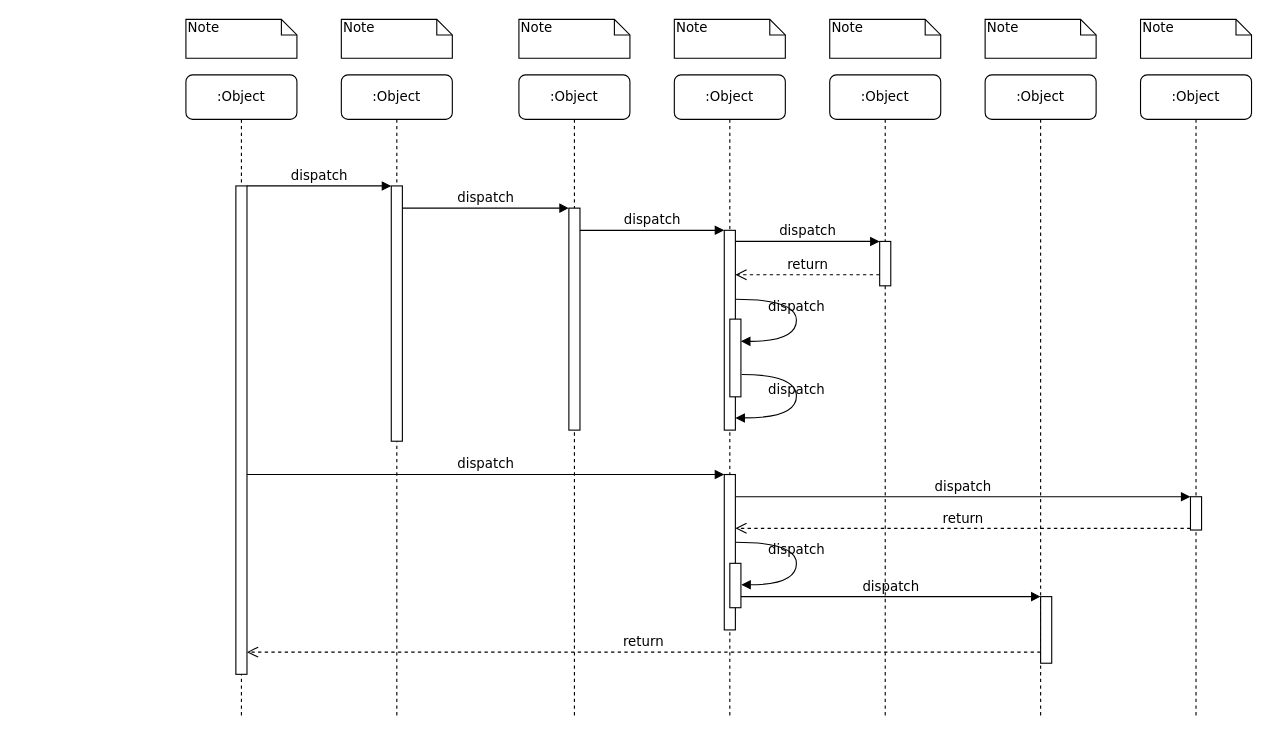
The draw.io diagram Untitled Diagram.drawio in king-Fong/draws, before the edit. Source tidied: cells renumbered, new cells numbered last; positions are measured from the earlier drawing's top-left corner, leaving out a move shared by most shapes. Both pictures are drawn from the tidied source at 111%, with x=0, y=0 at pixel (185, 19).
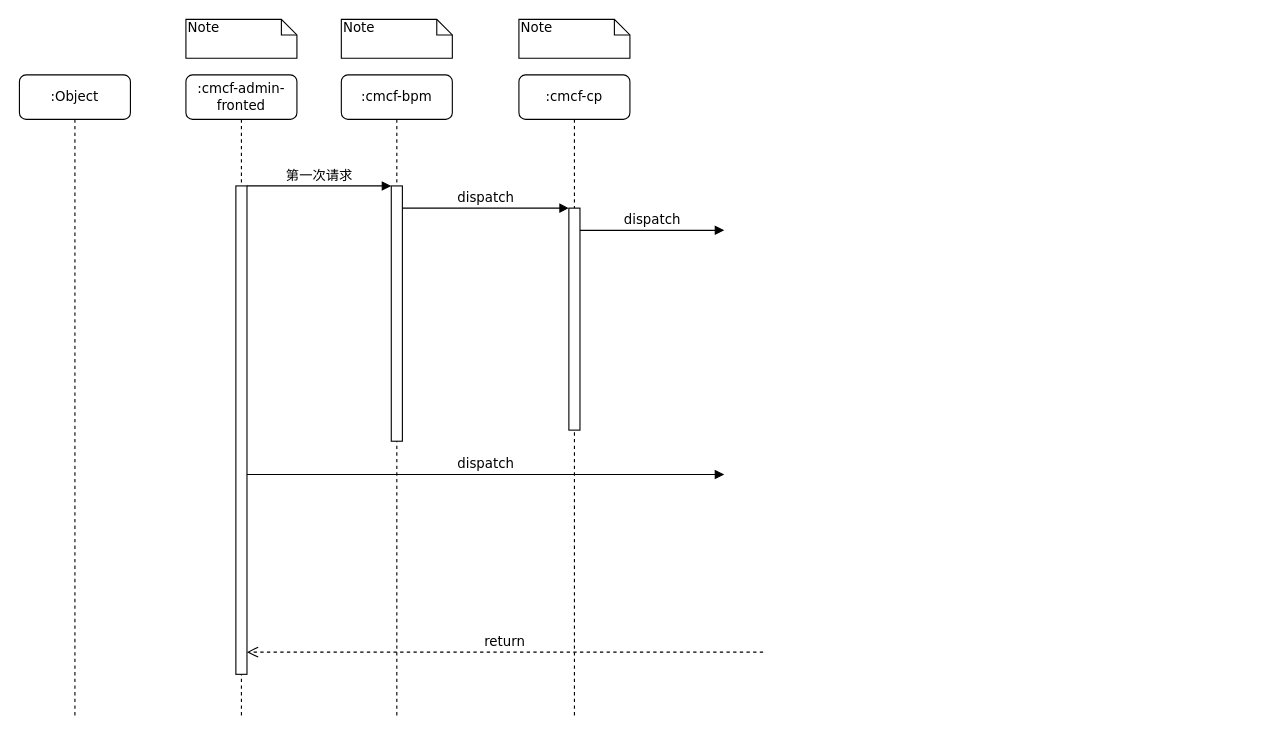
The same diagram, later.

Unchanged cells that the change refers to:
```xml
<mxCell id="3" style="html=1;points=[];perimeter=orthogonalPerimeter;rounded=0;shadow=0;comic=0;labelBackgroundColor=none;strokeWidth=1;fontFamily=Verdana;fontSize=12;align=center;" parent="2" vertex="1">
  <mxGeometry x="45" y="100" width="10" height="230" as="geometry" />
</mxCell>
<mxCell id="5" style="html=1;points=[];perimeter=orthogonalPerimeter;rounded=0;shadow=0;comic=0;labelBackgroundColor=none;strokeWidth=1;fontFamily=Verdana;fontSize=12;align=center;" parent="4" vertex="1">
  <mxGeometry x="45" y="120" width="10" height="200" as="geometry" />
</mxCell>
<mxCell id="11" style="html=1;points=[];perimeter=orthogonalPerimeter;rounded=0;shadow=0;comic=0;labelBackgroundColor=none;strokeWidth=1;fontFamily=Verdana;fontSize=12;align=center;" parent="10" vertex="1">
  <mxGeometry x="45" y="100" width="10" height="440" as="geometry" />
</mxCell>
```

What changed in the source:
```diff
@@
-    <mxCell id="2" value=":Object" style="shape=umlLifeline;perimeter=lifelinePerimeter;whiteSpace=wrap;html=1;rounded=1;shadow=0;comic=0;labelBackgroundColor=none;strokeWidth=1;fontFamily=Verdana;fontSize=12;align=center;" parent="1" vertex="1">
+    <mxCell id="2" value=":cmcf-bpm" style="shape=umlLifeline;perimeter=lifelinePerimeter;whiteSpace=wrap;html=1;rounded=1;shadow=0;comic=0;labelBackgroundColor=none;strokeWidth=1;fontFamily=Verdana;fontSize=12;align=center;" parent="1" vertex="1">
       <mxGeometry x="140" y="50" width="100" height="580" as="geometry" />
     </mxCell>
@@
-    <mxCell id="4" value=":Object" style="shape=umlLifeline;perimeter=lifelinePerimeter;whiteSpace=wrap;html=1;rounded=1;shadow=0;comic=0;labelBackgroundColor=none;strokeWidth=1;fontFamily=Verdana;fontSize=12;align=center;" parent="1" vertex="1">
+    <mxCell id="4" value=":cmcf-cp" style="shape=umlLifeline;perimeter=lifelinePerimeter;whiteSpace=wrap;html=1;rounded=1;shadow=0;comic=0;labelBackgroundColor=none;strokeWidth=1;fontFamily=Verdana;fontSize=12;align=center;" parent="1" vertex="1">
       <mxGeometry x="300" y="50" width="100" height="580" as="geometry" />
     </mxCell>
@@
-    <mxCell id="6" value=":Object" style="shape=umlLifeline;perimeter=lifelinePerimeter;whiteSpace=wrap;html=1;rounded=1;shadow=0;comic=0;labelBackgroundColor=none;strokeWidth=1;fontFamily=Verdana;fontSize=12;align=center;" parent="1" vertex="1">
-      <mxGeometry x="440" y="50" width="100" height="580" as="geometry" />
-    </mxCell>
-    <mxCell id="7" value=":Object" style="shape=umlLifeline;perimeter=lifelinePerimeter;whiteSpace=wrap;html=1;rounded=1;shadow=0;comic=0;labelBackgroundColor=none;strokeWidth=1;fontFamily=Verdana;fontSize=12;align=center;" parent="1" vertex="1">
-      <mxGeometry x="580" y="50" width="100" height="580" as="geometry" />
-    </mxCell>
-    <mxCell id="8" value=":Object" style="shape=umlLifeline;perimeter=lifelinePerimeter;whiteSpace=wrap;html=1;rounded=1;shadow=0;comic=0;labelBackgroundColor=none;strokeWidth=1;fontFamily=Verdana;fontSize=12;align=center;" parent="1" vertex="1">
-      <mxGeometry x="720" y="50" width="100" height="580" as="geometry" />
-    </mxCell>
-    <mxCell id="9" value=":Object" style="shape=umlLifeline;perimeter=lifelinePerimeter;whiteSpace=wrap;html=1;rounded=1;shadow=0;comic=0;labelBackgroundColor=none;strokeWidth=1;fontFamily=Verdana;fontSize=12;align=center;" parent="1" vertex="1">
-      <mxGeometry x="860" y="50" width="100" height="580" as="geometry" />
-    </mxCell>
-    <mxCell id="10" value=":Object" style="shape=umlLifeline;perimeter=lifelinePerimeter;whiteSpace=wrap;html=1;rounded=1;shadow=0;comic=0;labelBackgroundColor=none;strokeWidth=1;fontFamily=Verdana;fontSize=12;align=center;" parent="1" vertex="1">
+    <mxCell id="10" value=":cmcf-admin-fronted" style="shape=umlLifeline;perimeter=lifelinePerimeter;whiteSpace=wrap;html=1;rounded=1;shadow=0;comic=0;labelBackgroundColor=none;strokeWidth=1;fontFamily=Verdana;fontSize=12;align=center;" parent="1" vertex="1">
       <mxGeometry y="50" width="100" height="580" as="geometry" />
     </mxCell>
@@
-    <mxCell id="12" style="html=1;points=[];perimeter=orthogonalPerimeter;rounded=0;shadow=0;comic=0;labelBackgroundColor=none;strokeWidth=1;fontFamily=Verdana;fontSize=12;align=center;" parent="1" vertex="1">
-      <mxGeometry x="485" y="190" width="10" height="180" as="geometry" />
-    </mxCell>
-    <mxCell id="13" value="dispatch" style="html=1;verticalAlign=bottom;endArrow=block;labelBackgroundColor=none;fontFamily=Verdana;fontSize=12;edgeStyle=elbowEdgeStyle;elbow=vertical;" parent="1" edge="1" source="5" target="12">
+    <mxCell id="13" value="dispatch" style="html=1;verticalAlign=bottom;endArrow=block;labelBackgroundColor=none;fontFamily=Verdana;fontSize=12;edgeStyle=elbowEdgeStyle;elbow=vertical;" parent="1" edge="1" source="5">
       <mxGeometry relative="1" as="geometry">
+        <mxPoint x="485" y="190" as="targetPoint" />
         <Array as="points">
           <mxPoint x="360" y="190" />
         </Array>
       </mxGeometry>
     </mxCell>
-    <mxCell id="14" style="html=1;points=[];perimeter=orthogonalPerimeter;rounded=0;shadow=0;comic=0;labelBackgroundColor=none;strokeWidth=1;fontFamily=Verdana;fontSize=12;align=center;" parent="1" vertex="1">
-      <mxGeometry x="625" y="200" width="10" height="40" as="geometry" />
-    </mxCell>
-    <mxCell id="15" value="dispatch" style="html=1;verticalAlign=bottom;endArrow=block;entryX=0;entryY=0;labelBackgroundColor=none;fontFamily=Verdana;fontSize=12;edgeStyle=elbowEdgeStyle;elbow=vertical;" parent="1" edge="1" source="12" target="14">
-      <mxGeometry relative="1" as="geometry" />
-    </mxCell>
-    <mxCell id="16" value="return" style="html=1;verticalAlign=bottom;endArrow=open;dashed=1;endSize=8;labelBackgroundColor=none;fontFamily=Verdana;fontSize=12;edgeStyle=elbowEdgeStyle;elbow=vertical;" parent="1" edge="1" source="14" target="12">
-      <mxGeometry relative="1" as="geometry">
-        <Array as="points">
-          <mxPoint x="570" y="230" />
-          <mxPoint x="600" y="230" />
-        </Array>
-      </mxGeometry>
-    </mxCell>
-    <mxCell id="17" style="html=1;points=[];perimeter=orthogonalPerimeter;rounded=0;shadow=0;comic=0;labelBackgroundColor=none;strokeWidth=1;fontFamily=Verdana;fontSize=12;align=center;" parent="1" vertex="1">
-      <mxGeometry x="485" y="410" width="10" height="140" as="geometry" />
-    </mxCell>
-    <mxCell id="18" value="dispatch" style="html=1;verticalAlign=bottom;endArrow=block;entryX=0;entryY=0;labelBackgroundColor=none;fontFamily=Verdana;fontSize=12;" parent="1" edge="1" source="11" target="17">
-      <mxGeometry relative="1" as="geometry" />
+    <mxCell id="18" value="dispatch" style="html=1;verticalAlign=bottom;endArrow=block;entryX=0;entryY=0;labelBackgroundColor=none;fontFamily=Verdana;fontSize=12;" parent="1" edge="1" source="11">
+      <mxGeometry relative="1" as="geometry">
+        <mxPoint x="485" y="410" as="targetPoint" />
+      </mxGeometry>
     </mxCell>
-    <mxCell id="19" style="html=1;points=[];perimeter=orthogonalPerimeter;rounded=0;shadow=0;comic=0;labelBackgroundColor=none;strokeColor=#000000;strokeWidth=1;fillColor=#FFFFFF;fontFamily=Verdana;fontSize=12;fontColor=#000000;align=center;" parent="1" vertex="1">
-      <mxGeometry x="905" y="430" width="10" height="30" as="geometry" />
-    </mxCell>
-    <mxCell id="20" value="dispatch" style="html=1;verticalAlign=bottom;endArrow=block;entryX=0;entryY=0;labelBackgroundColor=none;fontFamily=Verdana;fontSize=12;" parent="1" edge="1" source="17" target="19">
-      <mxGeometry relative="1" as="geometry" />
-    </mxCell>
-    <mxCell id="21" value="return" style="html=1;verticalAlign=bottom;endArrow=open;dashed=1;endSize=8;exitX=0;exitY=0.95;labelBackgroundColor=none;fontFamily=Verdana;fontSize=12;" parent="1" edge="1" source="19" target="17">
-      <mxGeometry relative="1" as="geometry" />
-    </mxCell>
-    <mxCell id="22" style="html=1;points=[];perimeter=orthogonalPerimeter;rounded=0;shadow=0;comic=0;labelBackgroundColor=none;strokeWidth=1;fontFamily=Verdana;fontSize=12;align=center;" parent="1" vertex="1">
-      <mxGeometry x="770" y="520" width="10" height="60" as="geometry" />
-    </mxCell>
-    <mxCell id="23" value="dispatch" style="html=1;verticalAlign=bottom;endArrow=block;entryX=0;entryY=0;labelBackgroundColor=none;fontFamily=Verdana;fontSize=12;edgeStyle=elbowEdgeStyle;elbow=vertical;" parent="1" edge="1" source="30" target="22">
-      <mxGeometry relative="1" as="geometry" />
-    </mxCell>
-    <mxCell id="24" value="return" style="html=1;verticalAlign=bottom;endArrow=open;dashed=1;endSize=8;labelBackgroundColor=none;fontFamily=Verdana;fontSize=12;edgeStyle=elbowEdgeStyle;elbow=vertical;" parent="1" edge="1" source="22" target="11">
+    <mxCell id="24" value="return" style="html=1;verticalAlign=bottom;endArrow=open;dashed=1;endSize=8;labelBackgroundColor=none;fontFamily=Verdana;fontSize=12;edgeStyle=elbowEdgeStyle;elbow=vertical;" parent="1" edge="1" target="11">
       <mxGeometry relative="1" as="geometry">
+        <mxPoint x="520" y="570" as="sourcePoint" />
         <Array as="points">
-          <mxPoint x="470" y="570" />
+          <mxPoint x="220" y="570" />
         </Array>
       </mxGeometry>
     </mxCell>
-    <mxCell id="25" value="dispatch" style="html=1;verticalAlign=bottom;endArrow=block;entryX=0;entryY=0;labelBackgroundColor=none;fontFamily=Verdana;fontSize=12;edgeStyle=elbowEdgeStyle;elbow=vertical;" parent="1" edge="1" source="11" target="3">
+    <mxCell id="25" value="第一次请求" style="html=1;verticalAlign=bottom;endArrow=block;entryX=0;entryY=0;labelBackgroundColor=none;fontFamily=Verdana;fontSize=12;edgeStyle=elbowEdgeStyle;elbow=vertical;" parent="1" edge="1" source="11" target="3">
       <mxGeometry relative="1" as="geometry" />
     </mxCell>
@@
-    <mxCell id="27" style="html=1;points=[];perimeter=orthogonalPerimeter;rounded=0;shadow=0;comic=0;labelBackgroundColor=none;strokeWidth=1;fontFamily=Verdana;fontSize=12;align=center;" parent="1" vertex="1">
-      <mxGeometry x="490" y="270" width="10" height="70" as="geometry" />
-    </mxCell>
-    <mxCell id="28" value="dispatch" style="html=1;verticalAlign=bottom;endArrow=block;labelBackgroundColor=none;fontFamily=Verdana;fontSize=12;elbow=vertical;edgeStyle=orthogonalEdgeStyle;curved=1;entryX=1;entryY=0.286;entryPerimeter=0;exitX=1.038;exitY=0.345;exitPerimeter=0;" parent="1" edge="1" source="12" target="27">
-      <mxGeometry relative="1" as="geometry">
-        <Array as="points">
-          <mxPoint x="550" y="252" />
-          <mxPoint x="550" y="290" />
-        </Array>
-      </mxGeometry>
-    </mxCell>
-    <mxCell id="29" value="dispatch" style="html=1;verticalAlign=bottom;endArrow=block;labelBackgroundColor=none;fontFamily=Verdana;fontSize=12;elbow=vertical;edgeStyle=orthogonalEdgeStyle;curved=1;exitX=1.066;exitY=0.713;exitPerimeter=0;" parent="1" edge="1" source="27">
-      <mxGeometry relative="1" as="geometry">
-        <mxPoint x="495" y="359" as="targetPoint" />
-        <Array as="points">
-          <mxPoint x="550" y="320" />
-          <mxPoint x="550" y="359" />
-        </Array>
-      </mxGeometry>
-    </mxCell>
-    <mxCell id="30" style="html=1;points=[];perimeter=orthogonalPerimeter;rounded=0;shadow=0;comic=0;labelBackgroundColor=none;strokeWidth=1;fontFamily=Verdana;fontSize=12;align=center;" parent="1" vertex="1">
-      <mxGeometry x="490" y="490" width="10" height="40" as="geometry" />
-    </mxCell>
-    <mxCell id="31" value="dispatch" style="html=1;verticalAlign=bottom;endArrow=block;labelBackgroundColor=none;fontFamily=Verdana;fontSize=12;elbow=vertical;edgeStyle=orthogonalEdgeStyle;curved=1;entryX=1;entryY=0.286;entryPerimeter=0;exitX=1.038;exitY=0.345;exitPerimeter=0;" parent="1" edge="1">
-      <mxGeometry relative="1" as="geometry">
-        <mxPoint x="495.3" y="471" as="sourcePoint" />
-        <mxPoint x="500.3" y="509.3" as="targetPoint" />
-        <Array as="points">
-          <mxPoint x="550" y="471" />
-          <mxPoint x="550" y="509" />
-        </Array>
-      </mxGeometry>
-    </mxCell>
@@
-    <mxCell id="35" value="Note" style="shape=note;whiteSpace=wrap;html=1;size=14;verticalAlign=top;align=left;spacingTop=-6;rounded=0;shadow=0;comic=0;labelBackgroundColor=none;strokeWidth=1;fontFamily=Verdana;fontSize=12;" parent="1" vertex="1">
-      <mxGeometry x="440" width="100" height="35" as="geometry" />
-    </mxCell>
-    <mxCell id="36" value="Note" style="shape=note;whiteSpace=wrap;html=1;size=14;verticalAlign=top;align=left;spacingTop=-6;rounded=0;shadow=0;comic=0;labelBackgroundColor=none;strokeWidth=1;fontFamily=Verdana;fontSize=12;" parent="1" vertex="1">
-      <mxGeometry x="580" width="100" height="35" as="geometry" />
-    </mxCell>
-    <mxCell id="37" value="Note" style="shape=note;whiteSpace=wrap;html=1;size=14;verticalAlign=top;align=left;spacingTop=-6;rounded=0;shadow=0;comic=0;labelBackgroundColor=none;strokeWidth=1;fontFamily=Verdana;fontSize=12;" parent="1" vertex="1">
-      <mxGeometry x="720" width="100" height="35" as="geometry" />
-    </mxCell>
-    <mxCell id="38" value="Note" style="shape=note;whiteSpace=wrap;html=1;size=14;verticalAlign=top;align=left;spacingTop=-6;rounded=0;shadow=0;comic=0;labelBackgroundColor=none;strokeWidth=1;fontFamily=Verdana;fontSize=12;" parent="1" vertex="1">
-      <mxGeometry x="860" width="100" height="35" as="geometry" />
-    </mxCell>
+    <mxCell id="39" value=":Object" style="shape=umlLifeline;perimeter=lifelinePerimeter;whiteSpace=wrap;html=1;rounded=1;shadow=0;comic=0;labelBackgroundColor=none;strokeWidth=1;fontFamily=Verdana;fontSize=12;align=center;" parent="1" vertex="1">
+      <mxGeometry x="-150" y="50" width="100" height="580" as="geometry" />
+    </mxCell>
```
